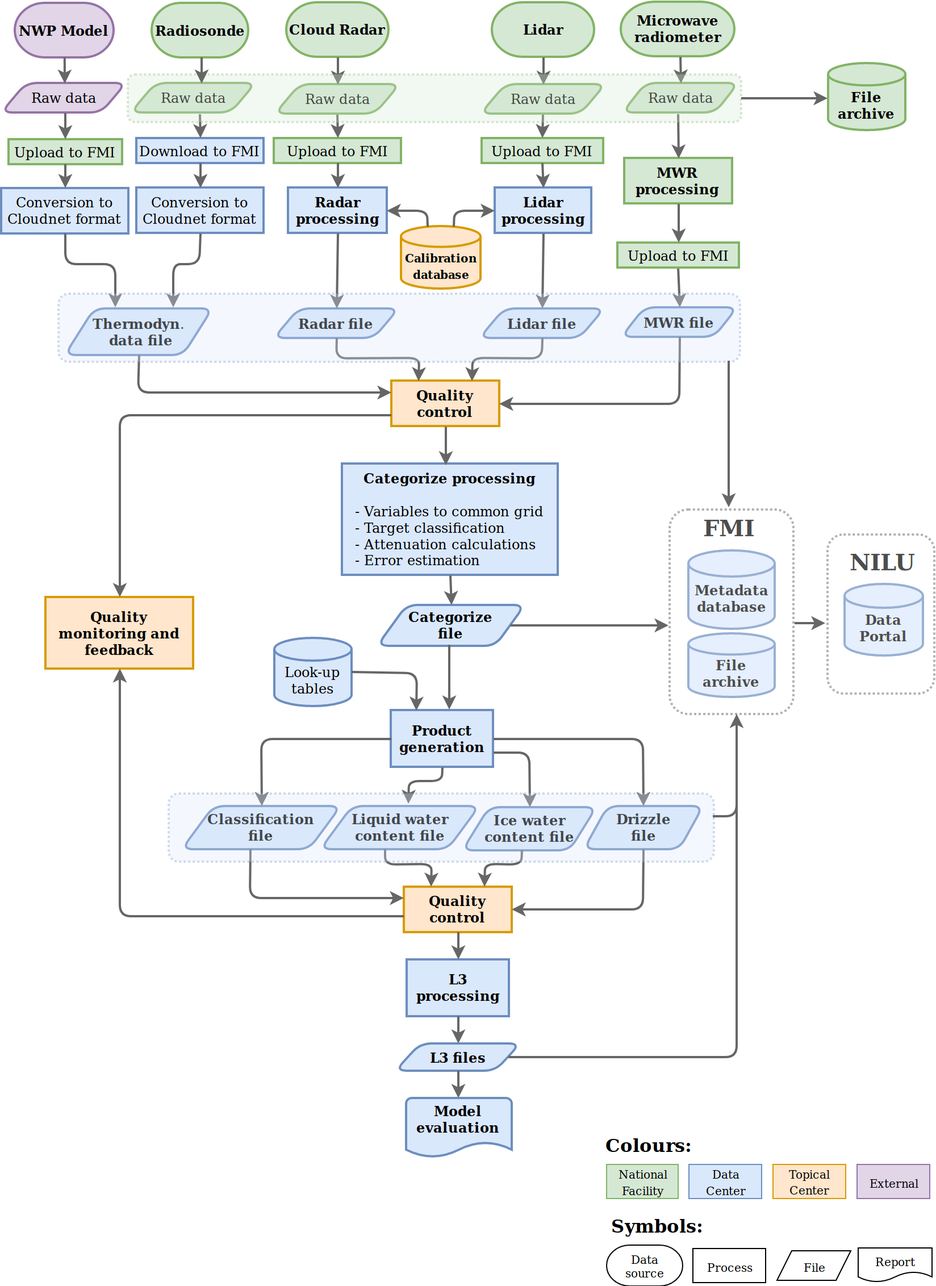
The draw.io diagram docs/source/_static/CLU_workflow.png in actris-cloudnet/cloudnetpy, before a commit. Source tidied: cells renumbered, new cells last; positions are measured from the earlier drawing's top-left corner, leaving out a move shared by most shapes.
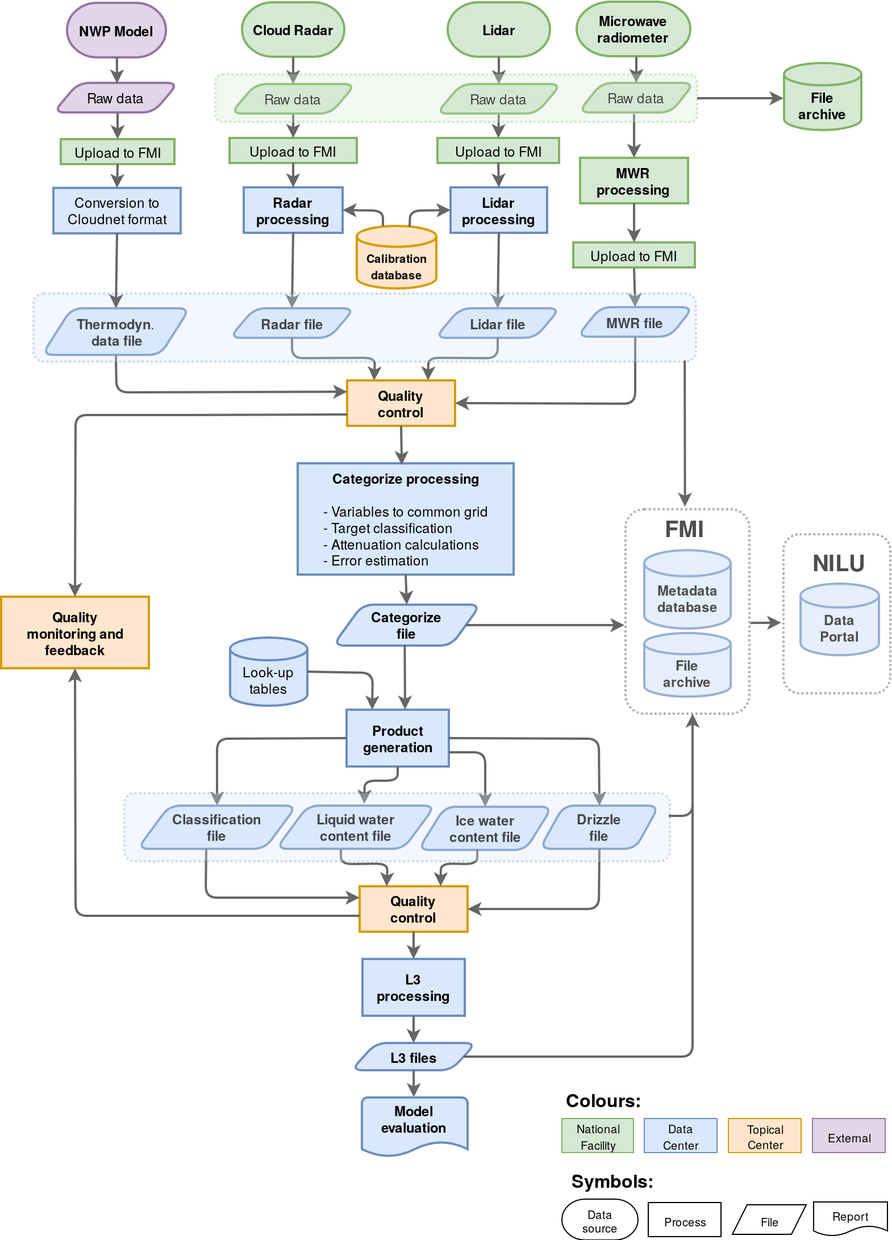
The same diagram one commit later.

Commit message:
fixed workflow pic

Change to the diagram source:
```diff
@@ -33,34 +33,11 @@
       <mxGeometry x="251.5" y="0.5" width="90" height="48" as="geometry" />
     </mxCell>
     <mxCell id="12" value="&lt;b&gt;NWP Model&lt;br&gt;&lt;/b&gt;" style="strokeWidth=2;html=1;shape=mxgraph.flowchart.terminator;whiteSpace=wrap;rounded=1;fillColor=#e1d5e7;strokeColor=#9673a6;" parent="1" vertex="1">
-      <mxGeometry x="12.5" y="1" width="87" height="48" as="geometry" />
+      <mxGeometry x="97.5" y="1" width="87" height="48" as="geometry" />
     </mxCell>
-    <mxCell id="13" value="Download to FMI" style="rounded=0;whiteSpace=wrap;html=1;strokeWidth=2;fillColor=#dae8fc;strokeColor=#6c8ebf;" parent="1" vertex="1">
-      <mxGeometry x="119.5" y="120" width="112" height="22" as="geometry" />
-    </mxCell>
-    <mxCell id="14" style="endArrow=classic;html=1;exitX=0.5;exitY=1;exitDx=0;exitDy=0;strokeWidth=2;fillColor=#f5f5f5;strokeColor=#666666;exitPerimeter=0;entryX=0.5;entryY=0;entryDx=0;entryDy=0;" parent="1" edge="1" target="13">
-      <mxGeometry relative="1" as="geometry">
-        <mxPoint x="175.5" y="99" as="sourcePoint" />
-      </mxGeometry>
-    </mxCell>
-    <mxCell id="15" value="&lt;div&gt;Conversion to&lt;/div&gt;&lt;div&gt;Cloudnet format&lt;br&gt;&lt;/div&gt;" style="rounded=0;whiteSpace=wrap;html=1;strokeWidth=2;fillColor=#dae8fc;strokeColor=#6c8ebf;" parent="1" vertex="1">
-      <mxGeometry x="119.5" y="163.5" width="112" height="40" as="geometry" />
-    </mxCell>
-    <mxCell id="16" style="endArrow=classic;html=1;strokeWidth=2;fillColor=#f5f5f5;strokeColor=#666666;entryX=0.5;entryY=0;entryDx=0;entryDy=0;exitX=0.5;exitY=1;exitDx=0;exitDy=0;" parent="1" edge="1" source="13" target="15">
-      <mxGeometry relative="1" as="geometry" />
-    </mxCell>
     <mxCell id="17" value="&lt;div&gt;&lt;b&gt;Thermodyn&lt;/b&gt;.&lt;/div&gt;&lt;div&gt;&lt;b&gt;&amp;nbsp;data file&lt;/b&gt;&lt;br&gt;&lt;/div&gt;" style="shape=parallelogram;perimeter=parallelogramPerimeter;whiteSpace=wrap;html=1;rounded=1;strokeWidth=2;fillColor=#dae8fc;strokeColor=#6c8ebf;" parent="1" vertex="1">
-      <mxGeometry x="56.5" y="270" width="130" height="41" as="geometry" />
+      <mxGeometry x="75.5" y="270" width="130" height="41" as="geometry" />
     </mxCell>
-    <mxCell id="18" style="endArrow=classic;html=1;strokeWidth=2;fillColor=#f5f5f5;strokeColor=#666666;exitX=0.5;exitY=1;exitDx=0;exitDy=0;" parent="1" edge="1" source="15">
-      <mxGeometry relative="1" as="geometry">
-        <mxPoint x="152" y="269" as="targetPoint" />
-        <Array as="points">
-          <mxPoint x="175" y="231" />
-          <mxPoint x="152" y="231" />
-        </Array>
-      </mxGeometry>
-    </mxCell>
     <mxCell id="19" value="&lt;b&gt;Lidar&lt;/b&gt;" style="strokeWidth=2;html=1;shape=mxgraph.flowchart.terminator;whiteSpace=wrap;rounded=1;fillColor=#d5e8d4;strokeColor=#82b366;" parent="1" vertex="1">
       <mxGeometry x="432.5" y="0.5" width="90" height="48" as="geometry" />
     </mxCell>
@@ -192,7 +169,7 @@
     <mxCell id="52" style="endArrow=classic;html=1;strokeWidth=2;fillColor=#f5f5f5;strokeColor=#666666;entryX=0;entryY=0.25;entryDx=0;entryDy=0;exitX=0.5;exitY=1;exitDx=0;exitDy=0;" parent="1" edge="1" source="17" target="51">
       <mxGeometry relative="1" as="geometry">
         <Array as="points">
-          <mxPoint x="121" y="344" />
+          <mxPoint x="141" y="344" />
         </Array>
       </mxGeometry>
     </mxCell>
@@ -266,7 +243,7 @@
       <mxGeometry relative="1" as="geometry" />
     </mxCell>
     <mxCell id="65" value="Raw data" style="shape=parallelogram;perimeter=parallelogramPerimeter;whiteSpace=wrap;html=1;rounded=1;strokeWidth=2;fillColor=#e1d5e7;strokeColor=#9673a6;" parent="1" vertex="1">
-      <mxGeometry x="0.5" y="71.5" width="110" height="26" as="geometry" />
+      <mxGeometry x="85.5" y="71.5" width="110" height="26" as="geometry" />
     </mxCell>
     <mxCell id="66" value="Raw data" style="shape=parallelogram;perimeter=parallelogramPerimeter;whiteSpace=wrap;html=1;rounded=1;strokeWidth=2;fillColor=#d5e8d4;strokeColor=#82b366;" parent="1" vertex="1">
       <mxGeometry x="547.5" y="71.5" width="102" height="26" as="geometry" />
@@ -308,40 +285,26 @@
     <mxCell id="75" value="&lt;div&gt;&lt;br&gt;&lt;/div&gt;&lt;div&gt;&lt;b&gt;File &lt;br&gt;&lt;/b&gt;&lt;/div&gt;&lt;div&gt;&lt;b&gt;archive&lt;/b&gt;&lt;/div&gt;" style="strokeWidth=2;html=1;shape=mxgraph.flowchart.database;whiteSpace=wrap;fillColor=#d5e8d4;strokeColor=#82b366;" parent="1" vertex="1">
       <mxGeometry x="728.5" y="54" width="68" height="59" as="geometry" />
     </mxCell>
-    <mxCell id="76" value="&lt;b&gt;Radiosonde&lt;/b&gt;" style="strokeWidth=2;html=1;shape=mxgraph.flowchart.terminator;whiteSpace=wrap;rounded=1;fillColor=#d5e8d4;strokeColor=#82b366;" parent="1" vertex="1">
-      <mxGeometry x="133" y="1" width="85" height="48" as="geometry" />
-    </mxCell>
     <mxCell id="77" value="Upload to FMI" style="rounded=0;whiteSpace=wrap;html=1;strokeWidth=2;fillColor=#d5e8d4;strokeColor=#82b366;" parent="1" vertex="1">
-      <mxGeometry x="7" y="121" width="100" height="22" as="geometry" />
+      <mxGeometry x="92" y="121" width="100" height="22" as="geometry" />
     </mxCell>
     <mxCell id="78" style="endArrow=classic;html=1;strokeWidth=2;fillColor=#f5f5f5;strokeColor=#666666;entryX=0.5;entryY=0;entryDx=0;entryDy=0;" parent="1" edge="1" target="77">
       <mxGeometry relative="1" as="geometry">
-        <mxPoint x="57" y="98" as="sourcePoint" />
+        <mxPoint x="142" y="98" as="sourcePoint" />
       </mxGeometry>
     </mxCell>
     <mxCell id="79" value="&lt;div&gt;Conversion to&lt;/div&gt;&lt;div&gt;Cloudnet format&lt;br&gt;&lt;/div&gt;" style="rounded=0;whiteSpace=wrap;html=1;strokeWidth=2;fillColor=#dae8fc;strokeColor=#6c8ebf;" parent="1" vertex="1">
-      <mxGeometry x="0.5" y="164" width="112" height="40" as="geometry" />
+      <mxGeometry x="85.5" y="164" width="112" height="40" as="geometry" />
     </mxCell>
     <mxCell id="80" style="endArrow=classic;html=1;strokeWidth=2;fillColor=#f5f5f5;strokeColor=#666666;entryX=0.5;entryY=0;entryDx=0;entryDy=0;exitX=0.5;exitY=1;exitDx=0;exitDy=0;" parent="1" edge="1" source="77" target="79">
       <mxGeometry relative="1" as="geometry" />
     </mxCell>
-    <mxCell id="81" value="Raw data" style="shape=parallelogram;perimeter=parallelogramPerimeter;whiteSpace=wrap;html=1;rounded=1;strokeWidth=2;fillColor=#d5e8d4;strokeColor=#82b366;" parent="1" vertex="1">
-      <mxGeometry x="114.5" y="71.5" width="110" height="26" as="geometry" />
-    </mxCell>
     <mxCell id="82" style="endArrow=classic;html=1;exitX=0.5;exitY=1;exitDx=0;exitDy=0;strokeWidth=2;fillColor=#f5f5f5;strokeColor=#666666;exitPerimeter=0;" parent="1" edge="1">
       <mxGeometry relative="1" as="geometry">
-        <mxPoint x="56.4" y="49.1" as="sourcePoint" />
-        <mxPoint x="56.5" y="72" as="targetPoint" />
+        <mxPoint x="141.4" y="49.1" as="sourcePoint" />
+        <mxPoint x="141.5" y="72" as="targetPoint" />
       </mxGeometry>
     </mxCell>
-    <mxCell id="83" style="endArrow=classic;html=1;strokeWidth=2;fillColor=#f5f5f5;strokeColor=#666666;exitX=0.5;exitY=1;exitDx=0;exitDy=0;entryX=0.345;entryY=-0.015;entryDx=0;entryDy=0;entryPerimeter=0;" parent="1" edge="1" source="79" target="17">
-      <mxGeometry relative="1" as="geometry">
-        <Array as="points">
-          <mxPoint x="57" y="231" />
-          <mxPoint x="101" y="231" />
-        </Array>
-      </mxGeometry>
-    </mxCell>
     <mxCell id="84" value="&lt;div&gt;&lt;b&gt;Quality &lt;/b&gt;&lt;br&gt;&lt;/div&gt;&lt;div&gt;&lt;b&gt;monitoring and&lt;/b&gt;&lt;/div&gt;&lt;div&gt;&lt;b&gt;feedback&lt;/b&gt;&lt;br&gt;&lt;/div&gt;" style="rounded=0;whiteSpace=wrap;html=1;strokeWidth=2;fillColor=#ffe6cc;strokeColor=#d79b00;" parent="1" vertex="1">
       <mxGeometry x="39.5" y="524" width="130" height="63" as="geometry" />
     </mxCell>
@@ -369,49 +332,44 @@
       <mxGeometry x="357" y="965" width="93" height="52" as="geometry" />
     </mxCell>
     <mxCell id="89" value="&lt;font style=&quot;font-size: 16px&quot;&gt;Colours&lt;/font&gt;&lt;font style=&quot;font-size: 16px&quot;&gt;:&lt;/font&gt;" style="text;strokeColor=none;fillColor=none;html=1;fontSize=24;fontStyle=1;verticalAlign=middle;align=center;" parent="1" vertex="1">
-      <mxGeometry x="520.5" y="990.5" width="100" height="25" as="geometry" />
+      <mxGeometry x="520" y="950.5" width="100" height="25" as="geometry" />
     </mxCell>
     <mxCell id="90" value="&lt;div&gt;&lt;font style=&quot;font-size: 10px&quot;&gt;National &lt;br&gt;&lt;/font&gt;&lt;/div&gt;&lt;div&gt;&lt;font style=&quot;font-size: 10px&quot;&gt;Facility&lt;/font&gt;&lt;/div&gt;" style="rounded=0;whiteSpace=wrap;html=1;fillColor=#d5e8d4;strokeColor=#82b366;" parent="1" vertex="1">
-      <mxGeometry x="533.5" y="1023.5" width="63" height="30" as="geometry" />
+      <mxGeometry x="533" y="983.5" width="63" height="30" as="geometry" />
     </mxCell>
     <mxCell id="91" value="&lt;div&gt;&lt;font style=&quot;font-size: 10px&quot;&gt;Data &lt;br&gt;&lt;/font&gt;&lt;/div&gt;&lt;div&gt;&lt;font style=&quot;font-size: 10px&quot;&gt;Center&lt;/font&gt;&lt;/div&gt;" style="rounded=0;whiteSpace=wrap;html=1;fillColor=#dae8fc;strokeColor=#6c8ebf;" parent="1" vertex="1">
-      <mxGeometry x="606" y="1023.5" width="64" height="30" as="geometry" />
+      <mxGeometry x="605.5" y="983.5" width="64" height="30" as="geometry" />
     </mxCell>
     <mxCell id="92" value="&lt;div style=&quot;font-size: 10px&quot;&gt;Topical&lt;font style=&quot;font-size: 10px&quot;&gt;&lt;br&gt;&lt;/font&gt;&lt;/div&gt;&lt;div&gt;&lt;font style=&quot;font-size: 10px&quot;&gt;Center&lt;/font&gt;&lt;/div&gt;" style="rounded=0;whiteSpace=wrap;html=1;fillColor=#ffe6cc;strokeColor=#d79b00;" parent="1" vertex="1">
-      <mxGeometry x="680" y="1023.5" width="64" height="30" as="geometry" />
+      <mxGeometry x="679.5" y="983.5" width="64" height="30" as="geometry" />
     </mxCell>
     <mxCell id="93" value="&lt;font style=&quot;font-size: 10px&quot;&gt;External&lt;/font&gt;" style="rounded=0;whiteSpace=wrap;html=1;fillColor=#e1d5e7;strokeColor=#9673a6;" parent="1" vertex="1">
-      <mxGeometry x="754" y="1023.5" width="64" height="30" as="geometry" />
+      <mxGeometry x="753.5" y="983.5" width="64" height="30" as="geometry" />
     </mxCell>
     <mxCell id="94" value="&lt;font style=&quot;font-size: 16px&quot;&gt;Symbols&lt;/font&gt;&lt;font style=&quot;font-size: 16px&quot;&gt;:&lt;/font&gt;" style="text;strokeColor=none;fillColor=none;html=1;fontSize=24;fontStyle=1;verticalAlign=middle;align=center;" parent="1" vertex="1">
-      <mxGeometry x="528.5" y="1059.5" width="100" height="30" as="geometry" />
+      <mxGeometry x="528" y="1019.5" width="100" height="30" as="geometry" />
     </mxCell>
     <mxCell id="95" value="&lt;div style=&quot;font-size: 10px&quot;&gt;Data &lt;br&gt;&lt;/div&gt;&lt;div style=&quot;font-size: 10px&quot;&gt;source&lt;/div&gt;" style="strokeWidth=1;html=1;shape=mxgraph.flowchart.terminator;whiteSpace=wrap;rounded=1;" parent="1" vertex="1">
-      <mxGeometry x="533.5" y="1094.5" width="67" height="36" as="geometry" />
+      <mxGeometry x="533" y="1054.5" width="67" height="36" as="geometry" />
     </mxCell>
     <mxCell id="96" value="&lt;div&gt;&lt;font style=&quot;font-size: 10px&quot;&gt;Process&lt;/font&gt;&lt;/div&gt;" style="rounded=0;whiteSpace=wrap;html=1;strokeWidth=1;" parent="1" vertex="1">
-      <mxGeometry x="609.5" y="1097.5" width="64" height="30" as="geometry" />
+      <mxGeometry x="609" y="1057.5" width="64" height="30" as="geometry" />
     </mxCell>
     <mxCell id="97" value="&lt;font style=&quot;font-size: 10px&quot;&gt;File&lt;/font&gt;" style="shape=parallelogram;perimeter=parallelogramPerimeter;whiteSpace=wrap;html=1;strokeWidth=1;" parent="1" vertex="1">
-      <mxGeometry x="683.5" y="1099.5" width="65" height="26" as="geometry" />
+      <mxGeometry x="683" y="1059.5" width="65" height="26" as="geometry" />
     </mxCell>
     <mxCell id="98" value="&lt;font style=&quot;font-size: 10px&quot;&gt;Report&lt;/font&gt;" style="shape=document;whiteSpace=wrap;html=1;boundedLbl=1;strokeWidth=1;" parent="1" vertex="1">
-      <mxGeometry x="755" y="1097" width="65" height="30" as="geometry" />
+      <mxGeometry x="754.5" y="1057" width="65" height="30" as="geometry" />
     </mxCell>
     <mxCell id="99" style="rounded=1;whiteSpace=wrap;html=1;strokeWidth=2;fillColor=#dae8fc;opacity=30;strokeColor=#6c8ebf;dashed=1;dashPattern=1 1;" parent="1" vertex="1">
       <mxGeometry x="148" y="697" width="480" height="60" as="geometry" />
     </mxCell>
     <mxCell id="100" style="rounded=1;whiteSpace=wrap;html=1;strokeWidth=2;opacity=30;dashed=1;dashPattern=1 1;fillColor=#dae8fc;strokeColor=#6c8ebf;" parent="1" vertex="1">
-      <mxGeometry x="51" y="257" width="600" height="60" as="geometry" />
+      <mxGeometry x="68" y="257" width="583" height="60" as="geometry" />
     </mxCell>
     <mxCell id="101" style="rounded=1;whiteSpace=wrap;html=1;strokeWidth=2;fillColor=#d5e8d4;opacity=30;strokeColor=#82b366;dashed=1;dashPattern=1 1;" parent="1" vertex="1">
-      <mxGeometry x="112" y="64" width="540" height="42" as="geometry" />
+      <mxGeometry x="228" y="64" width="424" height="42" as="geometry" />
     </mxCell>
-    <mxCell id="102" style="endArrow=classic;html=1;strokeWidth=2;fillColor=#f5f5f5;strokeColor=#666666;entryX=0.568;entryY=0;entryDx=0;entryDy=0;entryPerimeter=0;" parent="1" edge="1" target="81">
-      <mxGeometry relative="1" as="geometry">
-        <mxPoint x="177" y="49" as="sourcePoint" />
-      </mxGeometry>
-    </mxCell>
     <mxCell id="103" style="endArrow=classic;html=1;strokeWidth=2;exitX=0.983;exitY=0.983;exitDx=0;exitDy=0;fillColor=#f5f5f5;strokeColor=#666666;exitPerimeter=0;entryX=0.48;entryY=-0.013;entryDx=0;entryDy=0;entryPerimeter=0;" parent="1" edge="1" source="100" target="109">
       <mxGeometry relative="1" as="geometry" />
     </mxCell>
@@ -450,5 +408,8 @@
     <mxCell id="110" style="rounded=1;whiteSpace=wrap;html=1;dashed=1;dashPattern=1 1;strokeWidth=2;fillColor=#ffffff;opacity=30;" parent="1" vertex="1">
       <mxGeometry x="728" y="469" width="94" height="140" as="geometry" />
     </mxCell>
+    <mxCell id="83" style="endArrow=classic;html=1;strokeWidth=2;fillColor=#f5f5f5;strokeColor=#666666;entryX=0.5;entryY=0;entryDx=0;entryDy=0;exitX=0.5;exitY=1;exitDx=0;exitDy=0;" parent="1" edge="1" source="79" target="17">
+      <mxGeometry relative="1" as="geometry" />
+    </mxCell>
   </root>
 </mxGraphModel>
```
